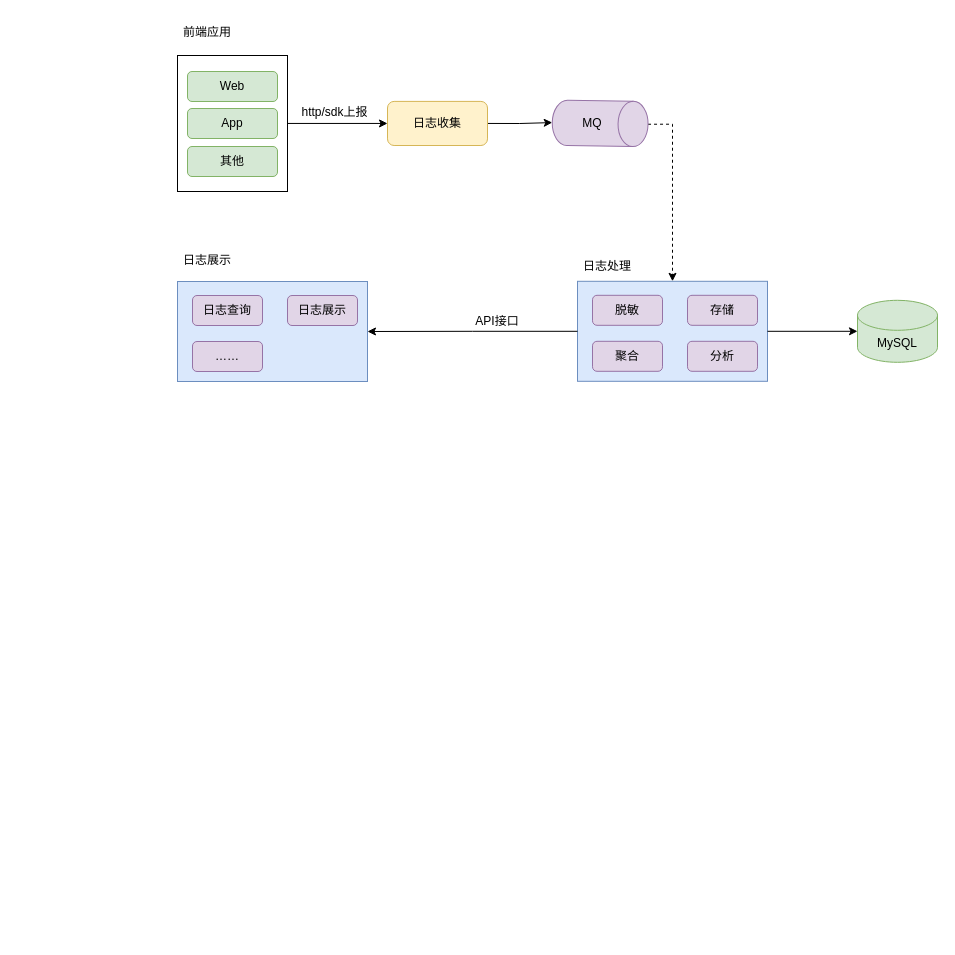
The draw.io diagram 日志埋点收集.drawio in vvhard/draw_io, before the edit. Source tidied: cells renumbered, new cells numbered last; positions are measured from the earlier drawing's top-left corner, leaving out a move shared by most shapes. Both pictures are drawn from the tidied source at 100%, with x=0, y=0 at pixel (177, 17).
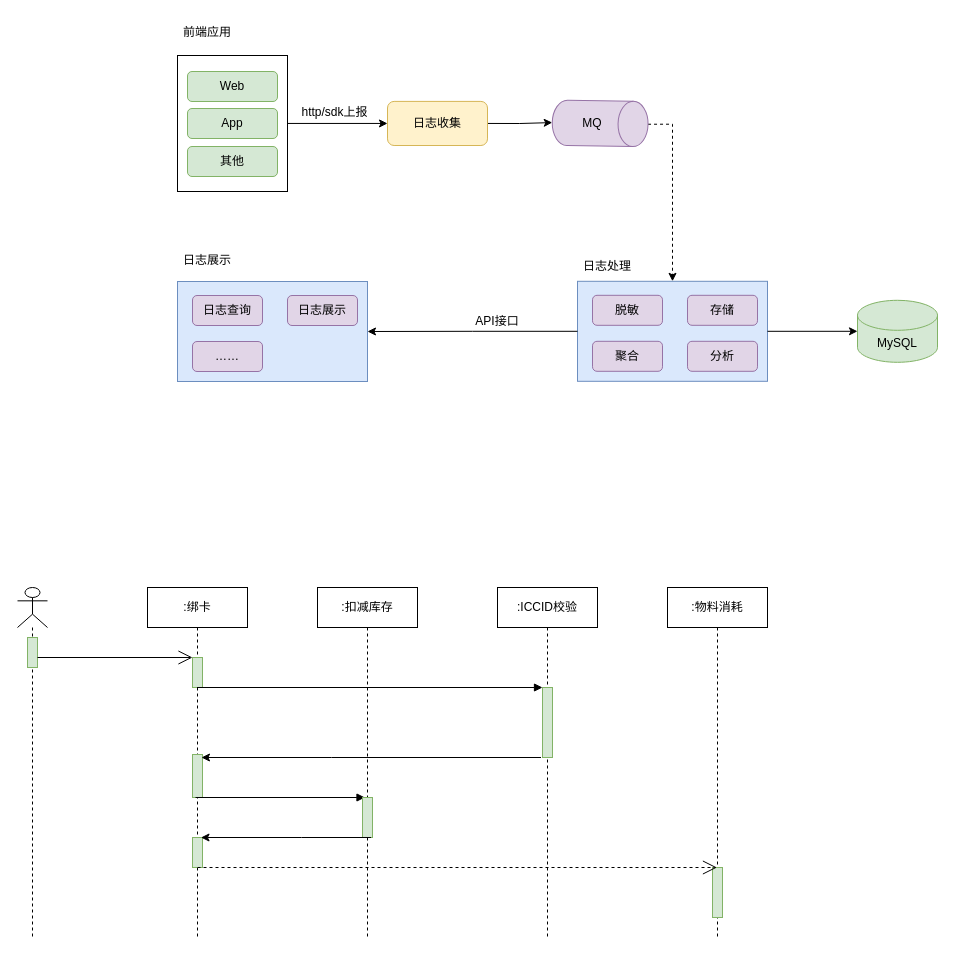
After the change.

Commit message:
绑卡时许图drawio

The edit, as a diff of the source:
```diff
@@
+    <mxCell id="32" value=":绑卡" style="shape=umlLifeline;perimeter=lifelinePerimeter;whiteSpace=wrap;html=1;outlineConnect=0;" parent="1" vertex="1">
+      <mxGeometry x="-30" y="570" width="100" height="350" as="geometry" />
+    </mxCell>
+    <mxCell id="33" style="html=1;perimeter=orthogonalPerimeter;fillColor=#d5e8d4;strokeColor=#82b366;" parent="32" vertex="1">
+      <mxGeometry x="45" y="70" width="10" height="30" as="geometry" />
+    </mxCell>
+    <mxCell id="34" style="html=1;perimeter=orthogonalPerimeter;fillColor=#d5e8d4;strokeColor=#82b366;" parent="32" vertex="1">
+      <mxGeometry x="45" y="167" width="10" height="43" as="geometry" />
+    </mxCell>
+    <mxCell id="35" style="html=1;verticalAlign=bottom;endArrow=block;rounded=0;" parent="32" edge="1">
+      <mxGeometry x="0.2" y="10" relative="1" as="geometry">
+        <mxPoint x="48" y="210" as="sourcePoint" />
+        <mxPoint x="217.5" y="210" as="targetPoint" />
+      </mxGeometry>
+    </mxCell>
+    <mxCell id="36" style="html=1;perimeter=orthogonalPerimeter;fillColor=#d5e8d4;strokeColor=#82b366;" parent="32" vertex="1">
+      <mxGeometry x="45" y="250" width="10" height="30" as="geometry" />
+    </mxCell>
+    <mxCell id="37" value=":扣减库存" style="shape=umlLifeline;perimeter=lifelinePerimeter;whiteSpace=wrap;html=1;" parent="1" vertex="1">
+      <mxGeometry x="140" y="570" width="100" height="350" as="geometry" />
+    </mxCell>
+    <mxCell id="38" style="html=1;perimeter=orthogonalPerimeter;fillColor=#d5e8d4;strokeColor=#82b366;" parent="37" vertex="1">
+      <mxGeometry x="45" y="210" width="10" height="40" as="geometry" />
+    </mxCell>
+    <mxCell id="39" value=":ICCID校验" style="shape=umlLifeline;perimeter=lifelinePerimeter;whiteSpace=wrap;html=1;" parent="1" vertex="1">
+      <mxGeometry x="320" y="570" width="100" height="350" as="geometry" />
+    </mxCell>
+    <mxCell id="40" style="html=1;points=[];perimeter=orthogonalPerimeter;fillColor=#d5e8d4;strokeColor=#82b366;" parent="39" vertex="1">
+      <mxGeometry x="45" y="100" width="10" height="70" as="geometry" />
+    </mxCell>
+    <mxCell id="41" style="html=1;verticalAlign=bottom;endArrow=block;entryX=0;entryY=0;rounded=0;" parent="1" edge="1" source="32" target="40">
+      <mxGeometry relative="1" as="geometry" />
+    </mxCell>
+    <mxCell id="42" style="endArrow=classic;html=1;rounded=0;" parent="1" edge="1">
+      <mxGeometry relative="1" as="geometry">
+        <mxPoint x="363.5" y="740" as="sourcePoint" />
+        <mxPoint x="24" y="740" as="targetPoint" />
+        <Array as="points">
+          <mxPoint x="154" y="740" />
+        </Array>
+      </mxGeometry>
+    </mxCell>
+    <mxCell id="43" value=":物料消耗" style="shape=umlLifeline;perimeter=lifelinePerimeter;whiteSpace=wrap;html=1;outlineConnect=0;" parent="1" vertex="1">
+      <mxGeometry x="490" y="570" width="100" height="350" as="geometry" />
+    </mxCell>
+    <mxCell id="44" style="html=1;perimeter=orthogonalPerimeter;fillColor=#d5e8d4;strokeColor=#82b366;" parent="43" vertex="1">
+      <mxGeometry x="45" y="280" width="10" height="50" as="geometry" />
+    </mxCell>
+    <mxCell id="45" style="endArrow=classic;html=1;rounded=0;" parent="1" edge="1">
+      <mxGeometry relative="1" as="geometry">
+        <mxPoint x="193.5" y="820" as="sourcePoint" />
+        <mxPoint x="23.5" y="820" as="targetPoint" />
+        <Array as="points">
+          <mxPoint x="124" y="820" />
+        </Array>
+      </mxGeometry>
+    </mxCell>
+    <mxCell id="46" style="endArrow=open;endFill=1;endSize=12;html=1;rounded=0;dashed=1;" parent="1" edge="1" target="43">
+      <mxGeometry relative="1" as="geometry">
+        <mxPoint x="20" y="850" as="sourcePoint" />
+      </mxGeometry>
+    </mxCell>
+    <mxCell id="47" style="shape=umlLifeline;participant=umlActor;perimeter=lifelinePerimeter;whiteSpace=wrap;html=1;verticalAlign=top;spacingTop=36;" parent="1" vertex="1">
+      <mxGeometry x="-160" y="570" width="30" height="350" as="geometry" />
+    </mxCell>
+    <mxCell id="48" style="html=1;perimeter=orthogonalPerimeter;fillColor=#d5e8d4;strokeColor=#82b366;" parent="47" vertex="1">
+      <mxGeometry x="10" y="50" width="10" height="30" as="geometry" />
+    </mxCell>
+    <mxCell id="49" style="endArrow=open;endFill=1;endSize=12;html=1;rounded=0;" parent="1" edge="1">
+      <mxGeometry relative="1" as="geometry">
+        <mxPoint x="-140" y="640" as="sourcePoint" />
+        <mxPoint x="15" y="640" as="targetPoint" />
+      </mxGeometry>
+    </mxCell>
```
